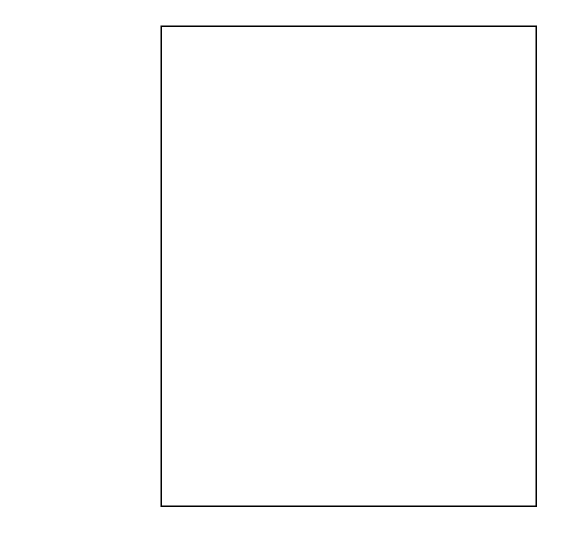
antonykimuom/SWEN30006-2025-SM1-workshop1-tuew05-14-00-team-12 keeps this draw.io diagram as domain_model_Workshop_2.drawio. Above is the earlier version. Source tidied: cells renumbered, new cells numbered last; positions are measured from the earlier drawing's top-left corner, leaving out a move shared by most shapes. Both pictures are drawn from the tidied source at 150%, with x=0, y=0 at pixel (160, 26).
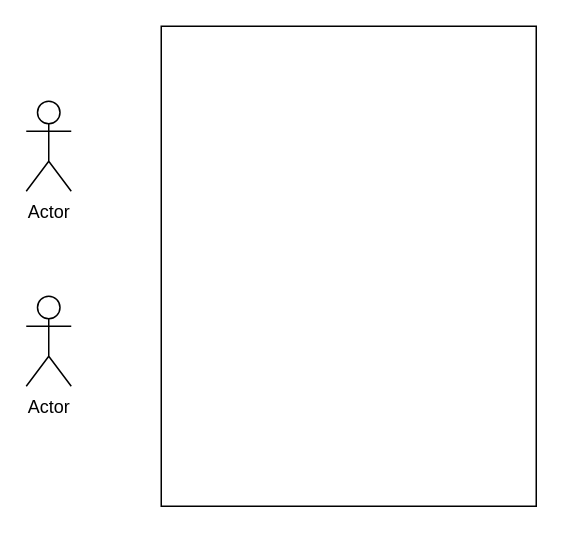
The same diagram, later.

Commit message:
stick figures

Change to the diagram source:
```diff
@@
 <mxGraphModel>
   <root>
     <mxCell id="0" />
     <mxCell id="1" parent="0" />
     <mxCell id="2" style="rounded=0;whiteSpace=wrap;html=1;" parent="1" vertex="1">
       <mxGeometry width="250" height="320" as="geometry" />
     </mxCell>
+    <mxCell id="3" value="Actor" style="shape=umlActor;verticalLabelPosition=bottom;verticalAlign=top;html=1;" parent="1" vertex="1">
+      <mxGeometry x="-90" y="50" width="30" height="60" as="geometry" />
+    </mxCell>
+    <mxCell id="4" value="Actor" style="shape=umlActor;verticalLabelPosition=bottom;verticalAlign=top;html=1;" parent="1" vertex="1">
+      <mxGeometry x="-90" y="180" width="30" height="60" as="geometry" />
+    </mxCell>
   </root>
 </mxGraphModel>
```
